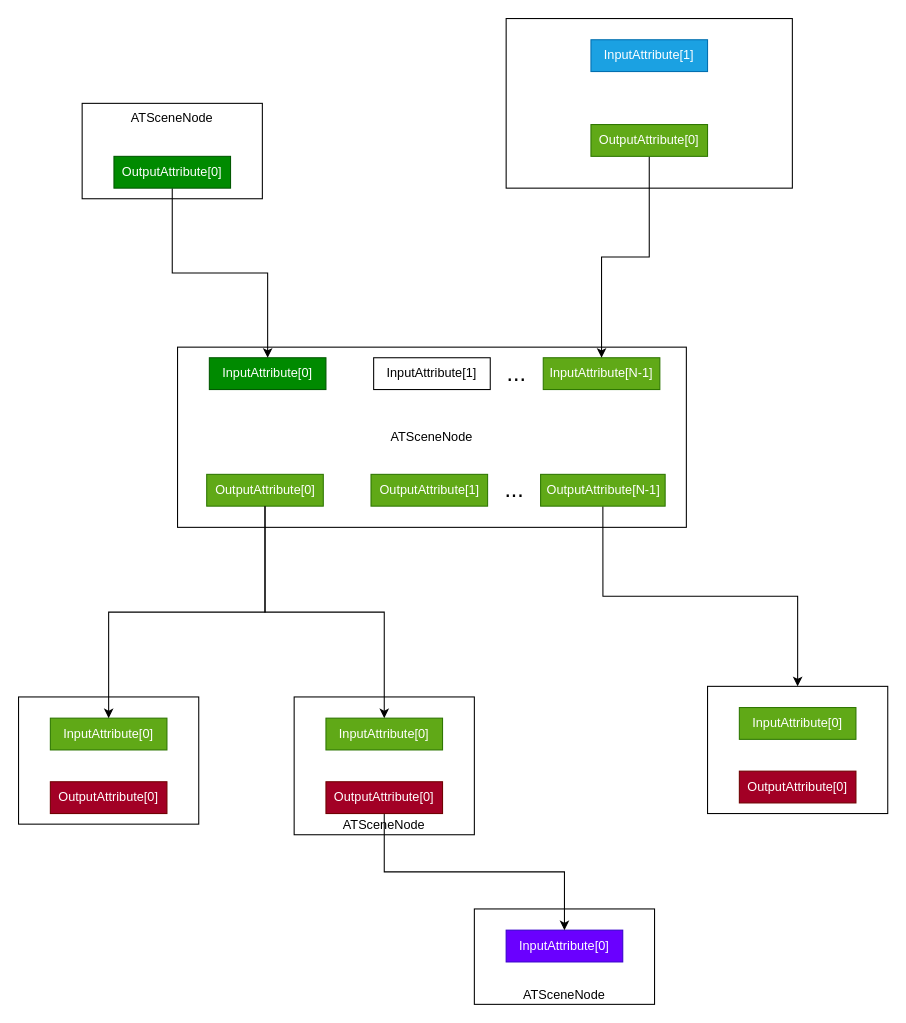
Before: page "Compute" (2 of 3) of Resources/ATrainerTDD.drawio in RJ45toCerebrum/AnimTrainer, a draw.io diagram. Source tidied: cells renumbered, new cells numbered last; positions are measured from the earlier drawing's top-left corner, leaving out a move shared by most shapes. Both pictures are drawn from the tidied source at 106%, with x=0, y=0 at pixel (18, 18).
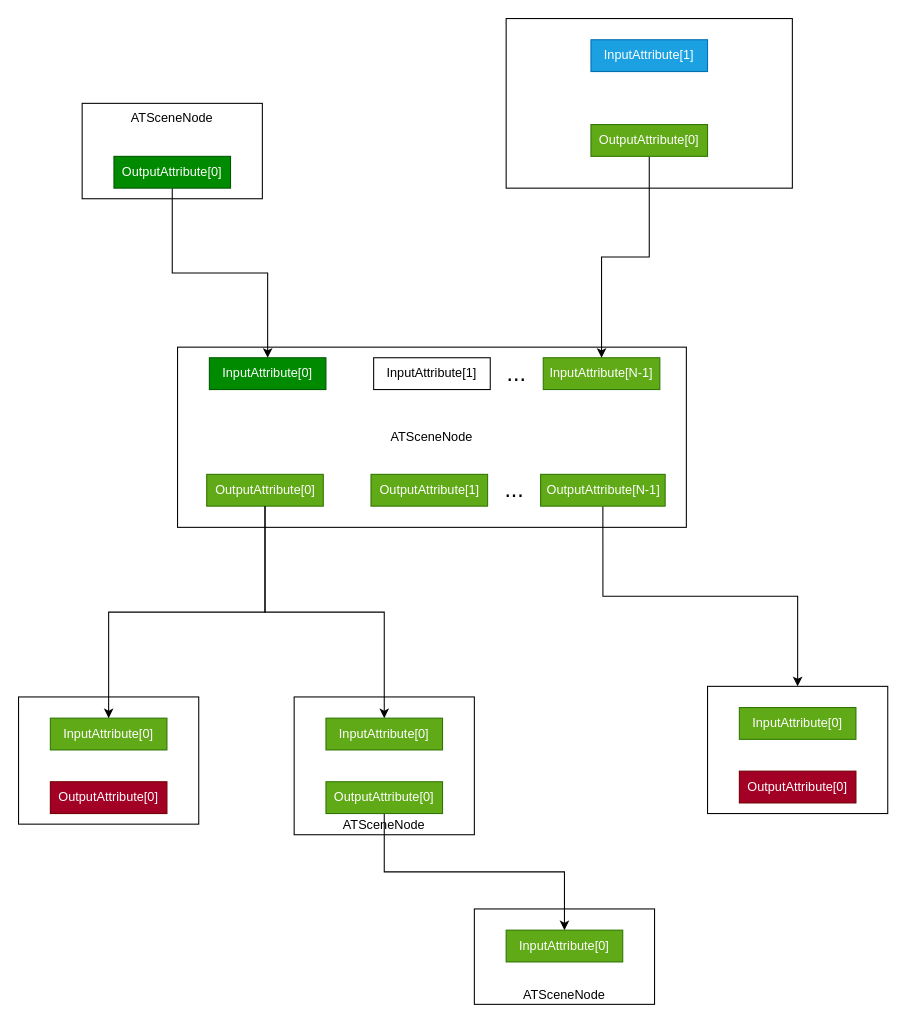
Above is the later version.

The edit, as a diff of the source:
```diff
@@
-    <mxCell id="25" value="InputAttribute[0]" style="html=1;whiteSpace=wrap;fillColor=#6a00ff;fontColor=#ffffff;strokeColor=#3700CC;" parent="1" vertex="1">
+    <mxCell id="25" value="InputAttribute[0]" style="html=1;whiteSpace=wrap;fillColor=#60a917;fontColor=#ffffff;strokeColor=#2D7600;" parent="1" vertex="1">
       <mxGeometry x="460" y="860" width="110" height="30" as="geometry" />
     </mxCell>
@@
-    <mxCell id="27" value="OutputAttribute[0]" style="html=1;whiteSpace=wrap;fillColor=#a20025;fontColor=#ffffff;strokeColor=#6F0000;" parent="1" vertex="1">
+    <mxCell id="27" value="OutputAttribute[0]" style="html=1;whiteSpace=wrap;fillColor=#60a917;fontColor=#ffffff;strokeColor=#2D7600;" parent="1" vertex="1">
       <mxGeometry x="290" y="720" width="110" height="30" as="geometry" />
     </mxCell>
```
